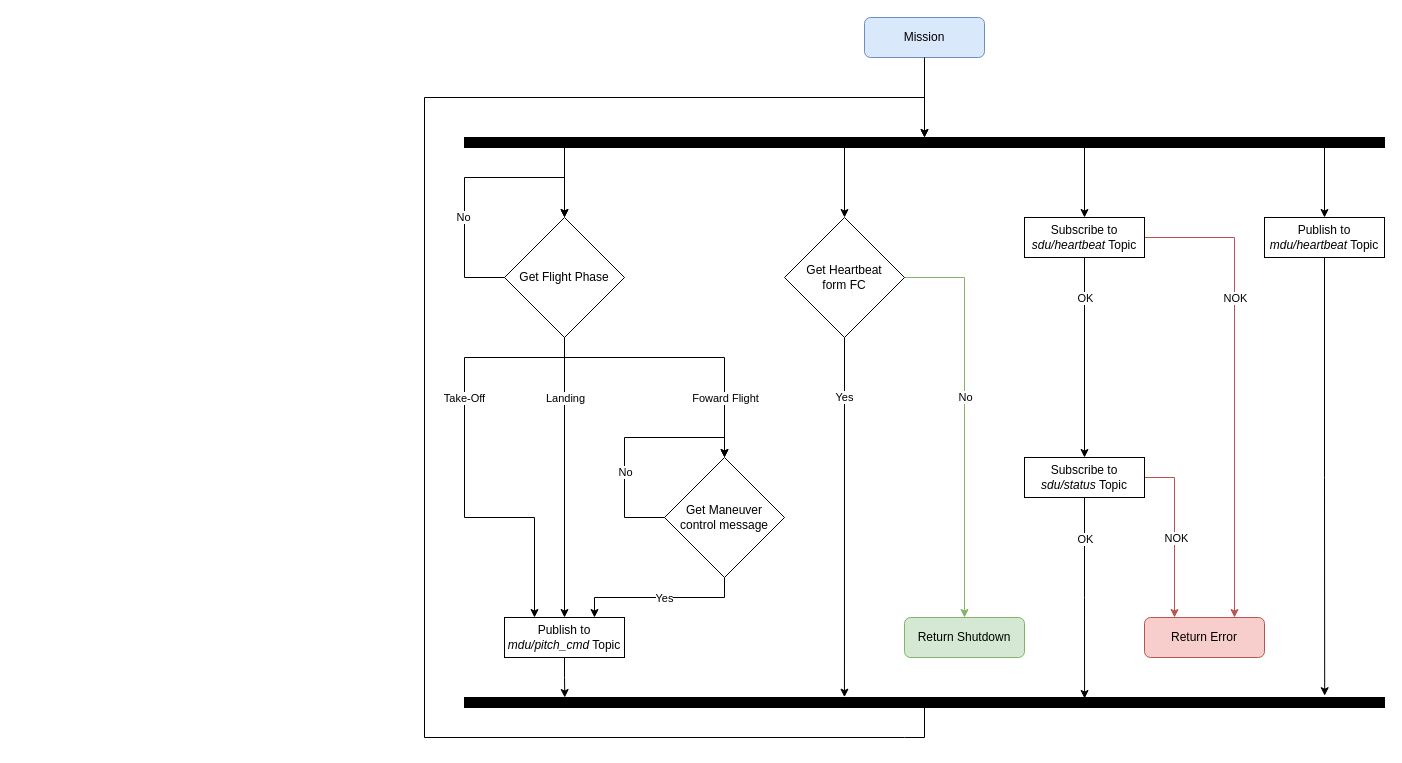
Earlier version of the draw.io diagram page "SDU_MISSION" (8 of 10) of MESCC/2nd_year/2nd_semester/system_diagram.drawio (carlosrijo9/ISEP). Source tidied: cells renumbered, new cells numbered last; positions are measured from the earlier drawing's top-left corner, leaving out a move shared by most shapes. Both pictures are drawn from the tidied source at 100%, with x=0, y=0 at pixel (424, 17).
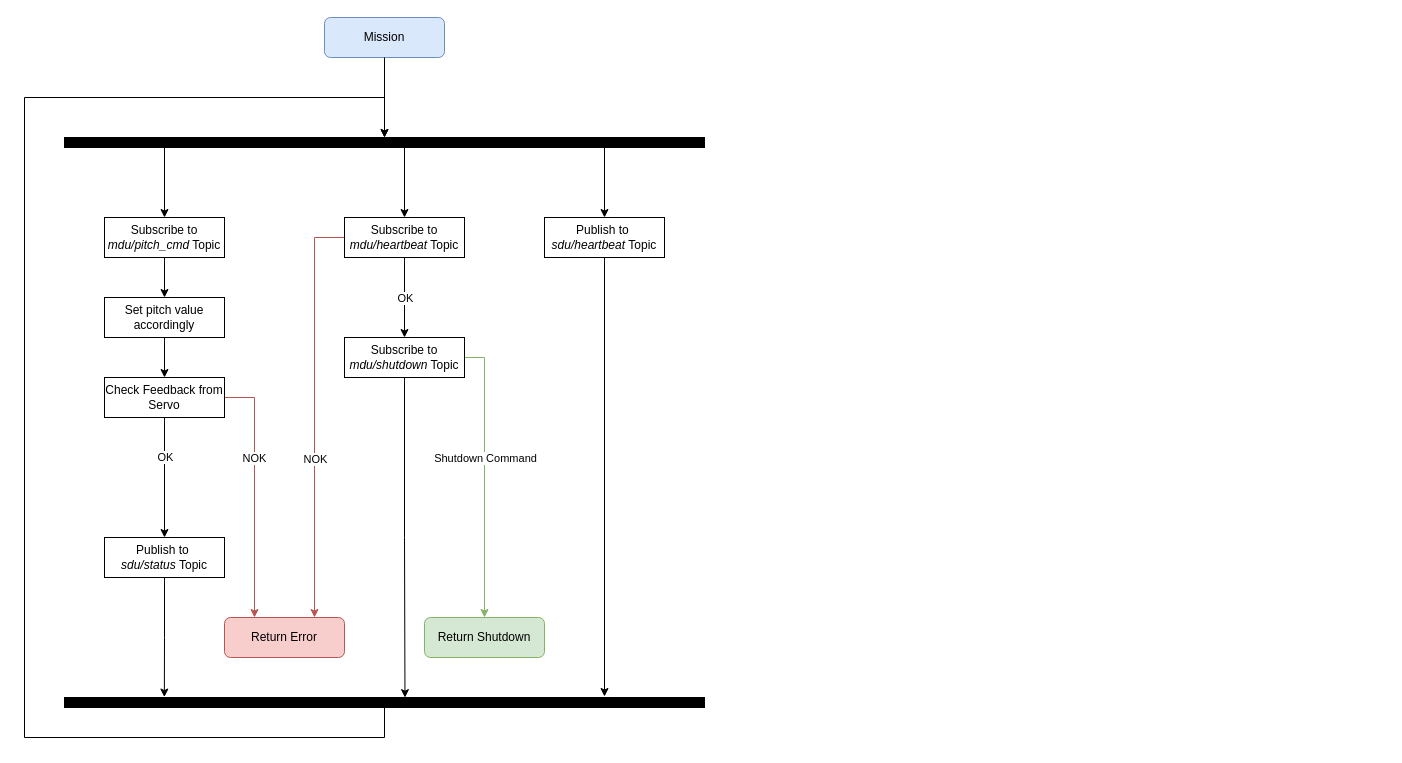
Above is the later version.

What changed in the source:
```diff
@@
-    <mxCell id="2" style="edgeStyle=orthogonalEdgeStyle;rounded=0;jettySize=auto;html=1;entryX=0.5;entryY=0;entryDx=0;entryDy=0;" parent="1" edge="1" source="8" target="45">
+    <mxCell id="2" style="edgeStyle=orthogonalEdgeStyle;rounded=0;jettySize=auto;html=1;entryX=0.5;entryY=0;entryDx=0;entryDy=0;exitX=0.5;exitY=1;exitDx=0;exitDy=0;" parent="1" edge="1" source="54" target="45">
       <mxGeometry relative="1" as="geometry" />
     </mxCell>
-    <mxCell id="3" value="Landing" style="edgeLabel;html=1;align=center;verticalAlign=middle;" parent="2" vertex="1">
-      <mxGeometry x="0.24" y="-1" relative="1" as="geometry">
-        <mxPoint x="1" y="-114" as="offset" />
-      </mxGeometry>
-    </mxCell>
-    <mxCell id="4" style="edgeStyle=orthogonalEdgeStyle;rounded=0;jettySize=auto;html=1;exitX=0.5;exitY=1;exitDx=0;exitDy=0;entryX=0.25;entryY=0;entryDx=0;entryDy=0;" parent="1" edge="1" source="8" target="45">
-      <mxGeometry relative="1" as="geometry">
-        <Array as="points">
-          <mxPoint x="140" y="340" />
-          <mxPoint x="40" y="340" />
-          <mxPoint x="40" y="500" />
-          <mxPoint x="110" y="500" />
-        </Array>
-      </mxGeometry>
-    </mxCell>
-    <mxCell id="5" value="Take-Off" style="edgeLabel;html=1;align=center;verticalAlign=middle;" parent="4" vertex="1">
-      <mxGeometry x="0.83" y="1" relative="1" as="geometry">
-        <mxPoint x="-71" y="-182" as="offset" />
-      </mxGeometry>
-    </mxCell>
-    <mxCell id="6" style="edgeStyle=orthogonalEdgeStyle;rounded=0;jettySize=auto;html=1;exitX=0.5;exitY=1;exitDx=0;exitDy=0;entryX=0.5;entryY=0;entryDx=0;entryDy=0;" parent="1" edge="1" source="8" target="11">
-      <mxGeometry relative="1" as="geometry">
-        <Array as="points">
-          <mxPoint x="140" y="340" />
-          <mxPoint x="300" y="340" />
-        </Array>
-      </mxGeometry>
-    </mxCell>
-    <mxCell id="7" value="Foward Flight" style="edgeLabel;html=1;align=center;verticalAlign=middle;" parent="6" vertex="1">
-      <mxGeometry x="0.8" y="1" relative="1" as="geometry">
-        <mxPoint x="-1" y="-32" as="offset" />
-      </mxGeometry>
-    </mxCell>
-    <mxCell id="8" value="Get Flight Phase" style="rhombus;whiteSpace=wrap;html=1;" parent="1" vertex="1">
-      <mxGeometry x="80" y="200" width="120" height="120" as="geometry" />
-    </mxCell>
-    <mxCell id="9" style="edgeStyle=orthogonalEdgeStyle;rounded=0;jettySize=auto;html=1;entryX=0.75;entryY=0;entryDx=0;entryDy=0;exitX=0.5;exitY=1;exitDx=0;exitDy=0;" parent="1" edge="1" source="11" target="45">
-      <mxGeometry relative="1" as="geometry">
-        <Array as="points">
-          <mxPoint x="300" y="580" />
-          <mxPoint x="170" y="580" />
-        </Array>
-      </mxGeometry>
-    </mxCell>
-    <mxCell id="10" value="Yes" style="edgeLabel;html=1;align=center;verticalAlign=middle;" parent="9" vertex="1">
-      <mxGeometry x="0.23" relative="1" as="geometry">
-        <mxPoint x="24" as="offset" />
-      </mxGeometry>
-    </mxCell>
-    <mxCell id="11" value="&lt;div&gt;Get Maneuver&lt;/div&gt;&lt;div&gt;control message&lt;/div&gt;" style="rhombus;whiteSpace=wrap;html=1;" parent="1" vertex="1">
-      <mxGeometry x="240" y="440" width="120" height="120" as="geometry" />
-    </mxCell>
-    <mxCell id="12" style="edgeStyle=orthogonalEdgeStyle;rounded=0;orthogonalLoop=1;jettySize=auto;html=1;exitX=0;exitY=0.5;exitDx=0;exitDy=0;entryX=0.5;entryY=0;entryDx=0;entryDy=0;" parent="1" edge="1" source="11" target="11">
-      <mxGeometry relative="1" as="geometry">
-        <Array as="points">
-          <mxPoint x="200" y="500" />
-          <mxPoint x="200" y="420" />
-          <mxPoint x="300" y="420" />
-        </Array>
-      </mxGeometry>
-    </mxCell>
-    <mxCell id="13" value="No" style="edgeLabel;html=1;align=center;verticalAlign=middle;" parent="12" vertex="1">
-      <mxGeometry x="-0.33" y="-2" relative="1" as="geometry">
-        <mxPoint x="-2" y="-6" as="offset" />
-      </mxGeometry>
-    </mxCell>
-    <mxCell id="14" style="edgeStyle=orthogonalEdgeStyle;rounded=0;orthogonalLoop=1;jettySize=auto;html=1;exitX=0;exitY=0.5;exitDx=0;exitDy=0;entryX=0.5;entryY=0;entryDx=0;entryDy=0;" parent="1" edge="1" source="8" target="8">
-      <mxGeometry relative="1" as="geometry">
-        <Array as="points">
-          <mxPoint x="40" y="260" />
-          <mxPoint x="40" y="160" />
-          <mxPoint x="140" y="160" />
-        </Array>
-      </mxGeometry>
-    </mxCell>
-    <mxCell id="15" value="No" style="edgeLabel;html=1;align=center;verticalAlign=middle;" parent="14" vertex="1">
-      <mxGeometry x="-0.45" y="2" relative="1" as="geometry">
-        <mxPoint y="-24" as="offset" />
-      </mxGeometry>
-    </mxCell>
     <mxCell id="16" value="Mission" style="rounded=1;whiteSpace=wrap;html=1;fillColor=#dae8fc;strokeColor=#6c8ebf;" parent="1" vertex="1">
-      <mxGeometry x="440" width="120" height="40" as="geometry" />
+      <mxGeometry x="-100" width="120" height="40" as="geometry" />
     </mxCell>
@@
-    <mxCell id="18" style="edgeStyle=orthogonalEdgeStyle;rounded=0;jettySize=auto;html=1;exitX=0.2;exitY=1;exitDx=0;exitDy=0;entryX=0.5;entryY=0;entryDx=0;entryDy=0;exitPerimeter=0;" parent="1" edge="1" source="22" target="8">
+    <mxCell id="18" style="edgeStyle=orthogonalEdgeStyle;rounded=0;jettySize=auto;html=1;exitX=0.2;exitY=1;exitDx=0;exitDy=0;entryX=0.5;entryY=0;entryDx=0;entryDy=0;exitPerimeter=0;" parent="1" edge="1" source="22">
       <mxGeometry relative="1" as="geometry">
+        <mxPoint x="-260" y="200" as="targetPoint" />
         <Array as="points">
-          <mxPoint x="140" y="130" />
+          <mxPoint x="-260" y="130" />
         </Array>
       </mxGeometry>
     </mxCell>
     <mxCell id="19" style="edgeStyle=orthogonalEdgeStyle;rounded=0;jettySize=auto;html=1;exitX=0.6;exitY=1;exitDx=0;exitDy=0;entryX=0.5;entryY=0;entryDx=0;entryDy=0;exitPerimeter=0;" parent="1" edge="1" source="22" target="37">
       <mxGeometry relative="1" as="geometry">
         <Array as="points">
-          <mxPoint x="660" y="130" />
+          <mxPoint x="-20" y="130" />
         </Array>
       </mxGeometry>
     </mxCell>
-    <mxCell id="20" style="edgeStyle=orthogonalEdgeStyle;rounded=0;jettySize=auto;html=1;entryX=0.5;entryY=0;entryDx=0;entryDy=0;exitX=0.4;exitY=1;exitDx=0;exitDy=0;exitPerimeter=0;" parent="1" edge="1" source="22" target="33">
-      <mxGeometry relative="1" as="geometry">
-        <Array as="points">
-          <mxPoint x="420" y="130" />
-        </Array>
-      </mxGeometry>
-    </mxCell>
     <mxCell id="21" style="edgeStyle=orthogonalEdgeStyle;rounded=0;jettySize=auto;html=1;exitX=0.8;exitY=1;exitDx=0;exitDy=0;exitPerimeter=0;entryX=0.5;entryY=0;entryDx=0;entryDy=0;" parent="1" edge="1" source="22" target="43">
       <mxGeometry relative="1" as="geometry">
         <Array as="points">
-          <mxPoint x="900" y="130" />
+          <mxPoint x="180" y="130" />
         </Array>
       </mxGeometry>
     </mxCell>
     <mxCell id="22" style="rounded=0;whiteSpace=wrap;html=1;fillColor=#000000;points=[[0,0,0,0,0],[0,0.25,0,0,0],[0,0.5,0,0,0],[0.2,1,0,0,0],[0.25,0,0,0,0],[0.4,1,0,0,0],[0.5,0,0,0,0],[0.6,1,0,0,0],[0.75,0,0,0,0],[0.8,1,0,0,0],[1,0,0,0,0],[1,0.25,0,0,0],[1,0.5,0,0,0]];" parent="1" vertex="1">
-      <mxGeometry x="40" y="120" width="920" height="10" as="geometry" />
+      <mxGeometry x="-360" y="120" width="640" height="10" as="geometry" />
     </mxCell>
     <mxCell id="23" style="edgeStyle=orthogonalEdgeStyle;rounded=0;jettySize=auto;html=1;exitX=0.5;exitY=1;exitDx=0;exitDy=0;entryX=0.5;entryY=0;entryDx=0;entryDy=0;" parent="1" edge="1" source="24" target="22">
       <mxGeometry relative="1" as="geometry">
         <Array as="points">
-          <mxPoint x="480" y="720" />
-          <mxPoint y="720" />
-          <mxPoint y="80" />
-          <mxPoint x="480" y="80" />
+          <mxPoint x="-40" y="720" />
+          <mxPoint x="-400" y="720" />
+          <mxPoint x="-400" y="80" />
+          <mxPoint x="-40" y="80" />
         </Array>
       </mxGeometry>
     </mxCell>
     <mxCell id="24" style="rounded=0;whiteSpace=wrap;html=1;fillColor=#000000;points=[[0.2,0,0,0,0],[0.4,0,0,0,0],[0.6,0,0,0,0],[0.8,0,0,0,0]];" parent="1" vertex="1">
-      <mxGeometry x="40" y="680" width="920" height="10" as="geometry" />
+      <mxGeometry x="-360" y="680" width="640" height="10" as="geometry" />
     </mxCell>
-    <mxCell id="25" style="edgeStyle=orthogonalEdgeStyle;rounded=0;jettySize=auto;html=1;exitX=1;exitY=0.5;exitDx=0;exitDy=0;entryX=0.75;entryY=0;entryDx=0;entryDy=0;fillColor=#f8cecc;strokeColor=#b85450;" parent="1" edge="1" source="37" target="36">
+    <mxCell id="25" style="edgeStyle=orthogonalEdgeStyle;rounded=0;jettySize=auto;html=1;exitX=0;exitY=0.5;exitDx=0;exitDy=0;entryX=0.75;entryY=0;entryDx=0;entryDy=0;fillColor=#f8cecc;strokeColor=#b85450;" parent="1" edge="1" source="37" target="36">
       <mxGeometry relative="1" as="geometry" />
     </mxCell>
     <mxCell id="26" value="NOK" style="edgeLabel;html=1;align=center;verticalAlign=middle;" parent="25" vertex="1">
       <mxGeometry x="-0.25" y="1" relative="1" as="geometry">
-        <mxPoint x="-1" y="-26" as="offset" />
+        <mxPoint x="-1" y="97" as="offset" />
       </mxGeometry>
     </mxCell>
-    <mxCell id="27" style="edgeStyle=orthogonalEdgeStyle;rounded=0;jettySize=auto;html=1;entryX=0.674;entryY=0.1;entryDx=0;entryDy=0;entryPerimeter=0;exitX=0.5;exitY=1;exitDx=0;exitDy=0;" parent="1" edge="1" source="42" target="24">
-      <mxGeometry relative="1" as="geometry" />
-    </mxCell>
-    <mxCell id="28" value="OK" style="edgeLabel;html=1;align=center;verticalAlign=middle;" parent="27" vertex="1">
-      <mxGeometry x="-0.59" y="3" relative="1" as="geometry">
-        <mxPoint x="-3" as="offset" />
-      </mxGeometry>
-    </mxCell>
-    <mxCell id="29" style="edgeStyle=orthogonalEdgeStyle;rounded=0;jettySize=auto;html=1;exitX=0.5;exitY=1;exitDx=0;exitDy=0;entryX=0.413;entryY=-0.033;entryDx=0;entryDy=0;entryPerimeter=0;" parent="1" edge="1" source="33" target="24">
-      <mxGeometry relative="1" as="geometry" />
-    </mxCell>
-    <mxCell id="30" value="Yes" style="edgeLabel;html=1;align=center;verticalAlign=middle;" parent="29" vertex="1">
-      <mxGeometry x="-0.78" relative="1" as="geometry">
-        <mxPoint y="20" as="offset" />
-      </mxGeometry>
-    </mxCell>
-    <mxCell id="31" style="edgeStyle=orthogonalEdgeStyle;rounded=0;jettySize=auto;html=1;exitX=1;exitY=0.5;exitDx=0;exitDy=0;entryX=0.5;entryY=0;entryDx=0;entryDy=0;fillColor=#d5e8d4;strokeColor=#82b366;" parent="1" edge="1" source="33" target="35">
-      <mxGeometry relative="1" as="geometry" />
-    </mxCell>
-    <mxCell id="32" value="No" style="edgeLabel;html=1;align=center;verticalAlign=middle;" parent="31" vertex="1">
-      <mxGeometry x="0.41" y="1" relative="1" as="geometry">
-        <mxPoint x="-1" y="-103" as="offset" />
-      </mxGeometry>
-    </mxCell>
-    <mxCell id="33" value="&lt;div&gt;Get&amp;nbsp;&lt;span style=&quot;background-color: initial;&quot;&gt;Heartbeat&lt;/span&gt;&lt;/div&gt;&lt;div&gt;&lt;span style=&quot;background-color: initial;&quot;&gt;form FC&lt;/span&gt;&lt;/div&gt;" style="rhombus;whiteSpace=wrap;html=1;" parent="1" vertex="1">
-      <mxGeometry x="360" y="200" width="120" height="120" as="geometry" />
-    </mxCell>
-    <mxCell id="34" style="edgeStyle=orthogonalEdgeStyle;rounded=0;jettySize=auto;html=1;exitX=0.5;exitY=1;exitDx=0;exitDy=0;entryX=0.109;entryY=0;entryDx=0;entryDy=0;entryPerimeter=0;" parent="1" edge="1" source="45" target="24">
+    <mxCell id="34" style="edgeStyle=orthogonalEdgeStyle;rounded=0;jettySize=auto;html=1;exitX=0.5;exitY=1;exitDx=0;exitDy=0;entryX=0.156;entryY=-0.044;entryDx=0;entryDy=0;entryPerimeter=0;" parent="1" edge="1" source="57" target="24">
       <mxGeometry relative="1" as="geometry" />
     </mxCell>
     <mxCell id="35" value="Return Shutdown" style="rounded=1;whiteSpace=wrap;html=1;fillColor=#d5e8d4;strokeColor=#82b366;" parent="1" vertex="1">
-      <mxGeometry x="480" y="600" width="120" height="40" as="geometry" />
+      <mxGeometry y="600" width="120" height="40" as="geometry" />
     </mxCell>
-    <mxCell id="36" value="Return Error" style="rounded=1;whiteSpace=wrap;html=1;fillColor=#f8cecc;strokeColor=#b85450;" parent="1" vertex="1">
-      <mxGeometry x="720" y="600" width="120" height="40" as="geometry" />
-    </mxCell>
-    <mxCell id="37" value="Subscribe to &lt;i&gt;sdu/heartbeat&lt;/i&gt; Topic" style="rounded=0;whiteSpace=wrap;html=1;" parent="1" vertex="1">
-      <mxGeometry x="600" y="200" width="120" height="40" as="geometry" />
+    <mxCell id="37" value="Subscribe to &lt;i&gt;mdu/heartbeat&lt;/i&gt; Topic" style="rounded=0;whiteSpace=wrap;html=1;" parent="1" vertex="1">
+      <mxGeometry x="-80" y="200" width="120" height="40" as="geometry" />
     </mxCell>
-    <mxCell id="38" style="edgeStyle=orthogonalEdgeStyle;rounded=0;jettySize=auto;html=1;entryX=0.5;entryY=0;entryDx=0;entryDy=0;exitX=0.5;exitY=1;exitDx=0;exitDy=0;" parent="1" edge="1" source="37" target="42">
+    <mxCell id="38" style="edgeStyle=orthogonalEdgeStyle;rounded=0;jettySize=auto;html=1;exitX=0.5;exitY=1;exitDx=0;exitDy=0;entryX=0.532;entryY=0.012;entryDx=0;entryDy=0;entryPerimeter=0;" parent="1" edge="1" source="53" target="24">
       <mxGeometry relative="1" as="geometry" />
     </mxCell>
-    <mxCell id="39" value="OK" style="edgeLabel;html=1;align=center;verticalAlign=middle;" parent="38" vertex="1">
-      <mxGeometry x="-0.47" y="1" relative="1" as="geometry">
-        <mxPoint x="-1" y="-13" as="offset" />
-      </mxGeometry>
-    </mxCell>
-    <mxCell id="40" style="edgeStyle=orthogonalEdgeStyle;rounded=0;jettySize=auto;html=1;exitX=1;exitY=0.5;exitDx=0;exitDy=0;entryX=0.25;entryY=0;entryDx=0;entryDy=0;fillColor=#f8cecc;strokeColor=#b85450;" parent="1" edge="1" source="42" target="36">
-      <mxGeometry relative="1" as="geometry" />
-    </mxCell>
-    <mxCell id="41" value="NOK" style="edgeLabel;html=1;align=center;verticalAlign=middle;" parent="40" vertex="1">
-      <mxGeometry x="-0.71" y="-1" relative="1" as="geometry">
-        <mxPoint x="6" y="59" as="offset" />
-      </mxGeometry>
-    </mxCell>
-    <mxCell id="42" value="Subscribe to &lt;i&gt;sdu/status&lt;/i&gt; Topic" style="rounded=0;whiteSpace=wrap;html=1;" parent="1" vertex="1">
-      <mxGeometry x="600" y="440" width="120" height="40" as="geometry" />
-    </mxCell>
-    <mxCell id="43" value="Publish to &lt;i&gt;mdu/heartbeat&lt;/i&gt; Topic" style="rounded=0;whiteSpace=wrap;html=1;" parent="1" vertex="1">
-      <mxGeometry x="840" y="200" width="120" height="40" as="geometry" />
+    <mxCell id="43" value="Publish to&amp;nbsp;&lt;br&gt;&lt;i style=&quot;border-color: var(--border-color);&quot;&gt;sdu/&lt;/i&gt;&lt;i style=&quot;border-color: var(--border-color);&quot;&gt;heartbeat&lt;/i&gt;&amp;nbsp;Topic" style="rounded=0;whiteSpace=wrap;html=1;" parent="1" vertex="1">
+      <mxGeometry x="120" y="200" width="120" height="40" as="geometry" />
     </mxCell>
-    <mxCell id="44" style="edgeStyle=orthogonalEdgeStyle;rounded=0;jettySize=auto;html=1;exitX=0.5;exitY=1;exitDx=0;exitDy=0;entryX=0.935;entryY=-0.18;entryDx=0;entryDy=0;entryPerimeter=0;" parent="1" edge="1" source="43" target="24">
-      <mxGeometry relative="1" as="geometry" />
+    <mxCell id="44" style="edgeStyle=orthogonalEdgeStyle;rounded=0;jettySize=auto;html=1;exitX=0.5;exitY=1;exitDx=0;exitDy=0;" parent="1" edge="1" source="43">
+      <mxGeometry relative="1" as="geometry">
+        <mxPoint x="180" y="679" as="targetPoint" />
+      </mxGeometry>
     </mxCell>
-    <mxCell id="45" value="Publish to &lt;i&gt;mdu/pitch_cmd&lt;/i&gt; Topic" style="rounded=0;whiteSpace=wrap;html=1;" parent="1" vertex="1">
-      <mxGeometry x="80" y="600" width="120" height="40" as="geometry" />
+    <mxCell id="45" value="Set pitch value&lt;br&gt;accordingly" style="rounded=0;whiteSpace=wrap;html=1;" parent="1" vertex="1">
+      <mxGeometry x="-320" y="280" width="120" height="40" as="geometry" />
     </mxCell>
+    <mxCell id="46" style="edgeStyle=orthogonalEdgeStyle;rounded=0;jettySize=auto;html=1;exitX=0.5;exitY=1;exitDx=0;exitDy=0;entryX=0.5;entryY=0;entryDx=0;entryDy=0;" parent="1" edge="1" source="45" target="48">
+      <mxGeometry relative="1" as="geometry" />
+    </mxCell>
+    <mxCell id="47" style="edgeStyle=orthogonalEdgeStyle;rounded=0;jettySize=auto;html=1;exitX=1;exitY=0.5;exitDx=0;exitDy=0;entryX=0.25;entryY=0;entryDx=0;entryDy=0;fillColor=#f8cecc;strokeColor=#b85450;" parent="1" edge="1" source="48" target="36">
+      <mxGeometry relative="1" as="geometry" />
+    </mxCell>
+    <mxCell id="41" value="NOK" style="edgeLabel;html=1;align=center;verticalAlign=middle;" parent="47" vertex="1">
+      <mxGeometry x="0.16" y="1" relative="1" as="geometry">
+        <mxPoint x="-1" y="-55" as="offset" />
+      </mxGeometry>
+    </mxCell>
+    <mxCell id="48" value="Check Feedback from Servo" style="rounded=0;whiteSpace=wrap;html=1;" parent="1" vertex="1">
+      <mxGeometry x="-320" y="360" width="120" height="40" as="geometry" />
+    </mxCell>
+    <mxCell id="36" value="Return Error" style="rounded=1;whiteSpace=wrap;html=1;fillColor=#f8cecc;strokeColor=#b85450;" parent="1" vertex="1">
+      <mxGeometry x="-200" y="600" width="120" height="40" as="geometry" />
+    </mxCell>
+    <mxCell id="49" style="edgeStyle=orthogonalEdgeStyle;rounded=0;jettySize=auto;html=1;exitX=0.5;exitY=1;exitDx=0;exitDy=0;entryX=0.5;entryY=0;entryDx=0;entryDy=0;" parent="1" edge="1" source="37" target="53">
+      <mxGeometry relative="1" as="geometry" />
+    </mxCell>
+    <mxCell id="50" value="OK" style="edgeLabel;html=1;align=center;verticalAlign=middle;" parent="49" vertex="1">
+      <mxGeometry x="-0.47" y="1" relative="1" as="geometry">
+        <mxPoint x="-1" y="19" as="offset" />
+      </mxGeometry>
+    </mxCell>
+    <mxCell id="51" style="edgeStyle=orthogonalEdgeStyle;rounded=0;jettySize=auto;html=1;exitX=1;exitY=0.5;exitDx=0;exitDy=0;entryX=0.5;entryY=0;entryDx=0;entryDy=0;fillColor=#d5e8d4;strokeColor=#82b366;" parent="1" edge="1" source="53" target="35">
+      <mxGeometry relative="1" as="geometry" />
+    </mxCell>
+    <mxCell id="52" value="Shutdown Command" style="edgeLabel;html=1;align=center;verticalAlign=middle;" parent="51" vertex="1">
+      <mxGeometry x="0.15" y="-1" relative="1" as="geometry">
+        <mxPoint x="1" y="-41" as="offset" />
+      </mxGeometry>
+    </mxCell>
+    <mxCell id="53" value="Subscribe&amp;nbsp;to &lt;i&gt;mdu/shutdown&lt;/i&gt; Topic" style="rounded=0;whiteSpace=wrap;html=1;" parent="1" vertex="1">
+      <mxGeometry x="-80" y="320" width="120" height="40" as="geometry" />
+    </mxCell>
+    <mxCell id="54" value="Subscribe&amp;nbsp;to &lt;i&gt;mdu/pitch_cmd&lt;/i&gt; Topic" style="rounded=0;whiteSpace=wrap;html=1;" parent="1" vertex="1">
+      <mxGeometry x="-320" y="200" width="120" height="40" as="geometry" />
+    </mxCell>
+    <mxCell id="55" style="edgeStyle=orthogonalEdgeStyle;rounded=0;jettySize=auto;html=1;exitX=0.5;exitY=1;exitDx=0;exitDy=0;entryX=0.5;entryY=0;entryDx=0;entryDy=0;" parent="1" edge="1" source="48" target="57">
+      <mxGeometry relative="1" as="geometry" />
+    </mxCell>
+    <mxCell id="56" value="OK" style="edgeLabel;html=1;align=center;verticalAlign=middle;" parent="55" vertex="1">
+      <mxGeometry x="-0.61" y="-3" relative="1" as="geometry">
+        <mxPoint x="3" y="16" as="offset" />
+      </mxGeometry>
+    </mxCell>
+    <mxCell id="57" value="Publish to&amp;nbsp;&lt;br&gt;&lt;i style=&quot;border-color: var(--border-color);&quot;&gt;sdu/status&lt;/i&gt;&amp;nbsp;Topic" style="rounded=0;whiteSpace=wrap;html=1;" parent="1" vertex="1">
+      <mxGeometry x="-320" y="520" width="120" height="40" as="geometry" />
+    </mxCell>
```
